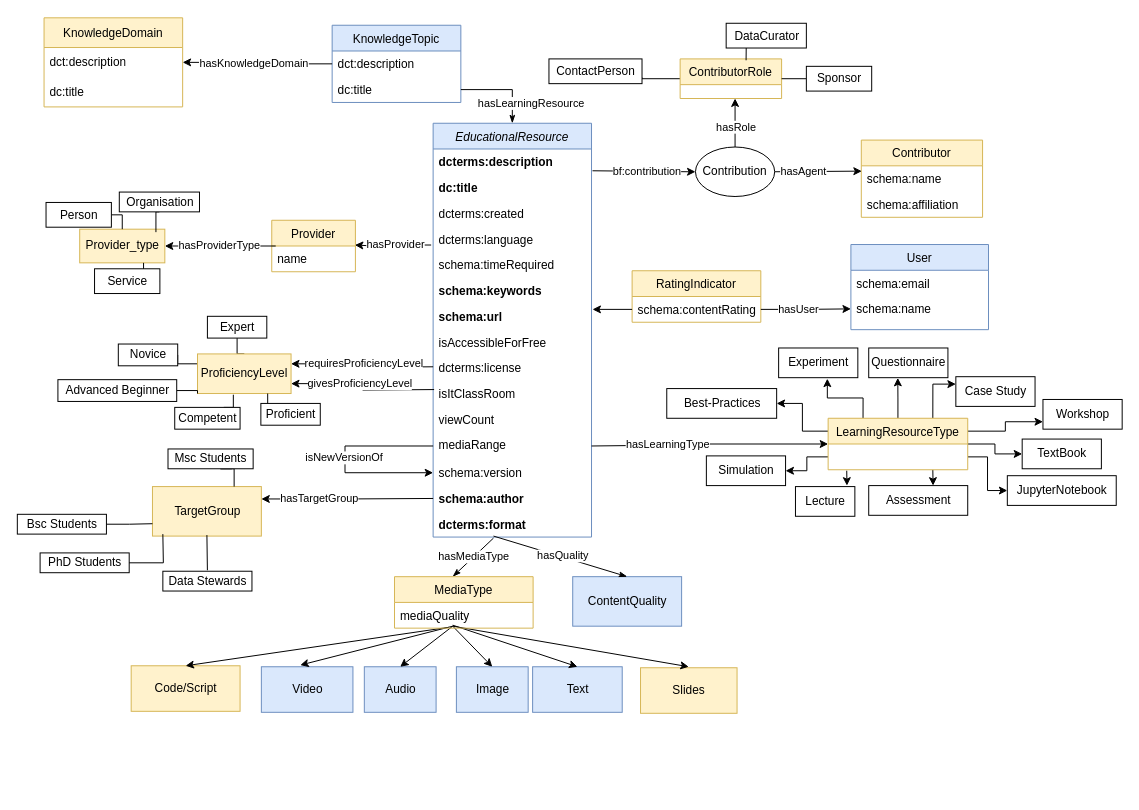
data-literacy-alliance/dalia-ontology keeps this draw.io diagram as visualisations/Educational_Pattern24.drawio. Above is the earlier version. Source tidied: cells renumbered, new cells numbered last; positions are measured from the earlier drawing's top-left corner, leaving out a move shared by most shapes. Both pictures are drawn from the tidied source at 99%, with x=0, y=0 at pixel (17, 17).
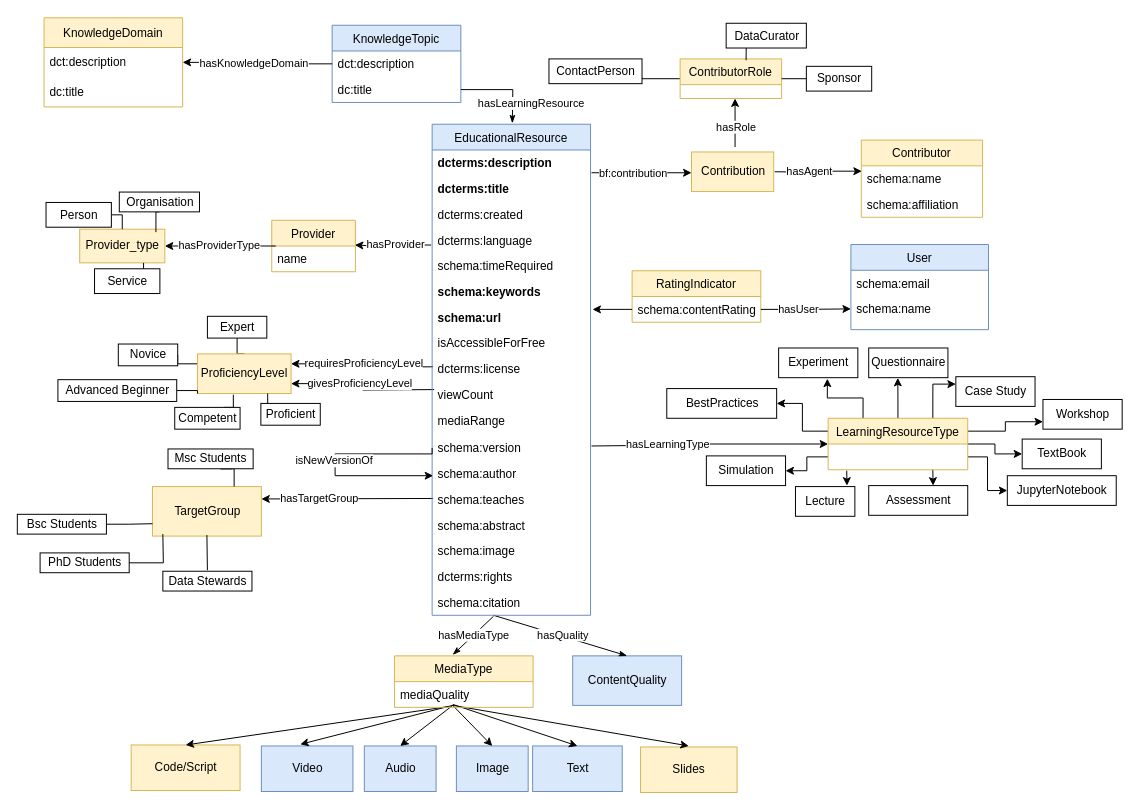
The same diagram, later.

Unchanged cells that the change refers to:
```xml
<mxCell id="26" value="schema:name" style="text;strokeColor=none;fillColor=none;align=left;verticalAlign=top;spacingLeft=4;spacingRight=4;overflow=hidden;points=[[0,0.5],[1,0.5]];portConstraint=eastwest;" parent="25" vertex="1">
  <mxGeometry y="26" width="122.5" height="26" as="geometry" />
</mxCell>
<mxCell id="39" value="dc:title" style="text;strokeColor=none;fillColor=none;align=left;verticalAlign=top;spacingLeft=4;spacingRight=4;overflow=hidden;points=[[0,0.5],[1,0.5]];portConstraint=eastwest;" parent="37" vertex="1">
  <mxGeometry y="52" width="130" height="26" as="geometry" />
</mxCell>
<mxCell id="95" value="TargetGroup" style="html=1;fillColor=#fff2cc;strokeColor=#d6b656;" parent="1" vertex="1">
  <mxGeometry x="136.5" y="474" width="110" height="50" as="geometry" />
</mxCell>
<mxCell id="113" value="LearningResourceType" style="swimlane;fontStyle=0;horizontal=1;startSize=26;fillColor=#fff2cc;strokeColor=#d6b656;swimlaneFillColor=default;" parent="1" vertex="1">
  <mxGeometry x="819" y="405" width="141" height="52" as="geometry" />
</mxCell>
```

Change to the diagram source:
```diff
@@
-    <mxCell id="5" value="EducationalResource" style="swimlane;fontStyle=2;align=center;verticalAlign=top;horizontal=1;startSize=26;rounded=0;shadow=0;strokeWidth=1;fillColor=#dae8fc;strokeColor=#6c8ebf;" parent="1" vertex="1">
-      <mxGeometry x="420" y="107" width="160" height="418" as="geometry" />
-    </mxCell>
-    <mxCell id="6" value="dcterms:description" style="text;align=left;verticalAlign=top;spacingLeft=4;spacingRight=4;overflow=hidden;rounded=0;shadow=0;html=0;fontStyle=1;" parent="5" vertex="1">
-      <mxGeometry y="26" width="160" height="26" as="geometry" />
-    </mxCell>
-    <mxCell id="7" value="dc:title" style="text;align=left;verticalAlign=top;spacingLeft=4;spacingRight=4;overflow=hidden;rounded=0;shadow=0;html=0;fontStyle=1;" parent="5" vertex="1">
-      <mxGeometry y="52" width="160" height="26" as="geometry" />
-    </mxCell>
-    <mxCell id="8" value="dcterms:created" style="text;align=left;verticalAlign=top;spacingLeft=4;spacingRight=4;overflow=hidden;rounded=0;shadow=0;html=0;" parent="5" vertex="1">
-      <mxGeometry y="78" width="160" height="26" as="geometry" />
-    </mxCell>
-    <mxCell id="9" value="dcterms:language" style="text;align=left;verticalAlign=top;spacingLeft=4;spacingRight=4;overflow=hidden;rounded=0;shadow=0;html=0;" parent="5" vertex="1">
-      <mxGeometry y="104" width="160" height="26" as="geometry" />
-    </mxCell>
-    <mxCell id="10" value="schema:timeRequired" style="text;align=left;verticalAlign=top;spacingLeft=4;spacingRight=4;overflow=hidden;rounded=0;shadow=0;html=0;" parent="5" vertex="1">
-      <mxGeometry y="130" width="160" height="26" as="geometry" />
-    </mxCell>
-    <mxCell id="11" value="schema:keywords" style="text;align=left;verticalAlign=top;spacingLeft=4;spacingRight=4;overflow=hidden;rounded=0;shadow=0;html=0;fontStyle=1;" parent="5" vertex="1">
-      <mxGeometry y="156" width="160" height="26" as="geometry" />
-    </mxCell>
-    <mxCell id="12" value="schema:url" style="text;align=left;verticalAlign=top;spacingLeft=4;spacingRight=4;overflow=hidden;rounded=0;shadow=0;html=0;fontStyle=1;" parent="5" vertex="1">
-      <mxGeometry y="182" width="160" height="26" as="geometry" />
-    </mxCell>
-    <mxCell id="13" value="isAccessibleForFree" style="text;align=left;verticalAlign=top;spacingLeft=4;spacingRight=4;overflow=hidden;rounded=0;shadow=0;html=0;" parent="5" vertex="1">
-      <mxGeometry y="208" width="160" height="26" as="geometry" />
-    </mxCell>
-    <mxCell id="14" value="dcterms:license" style="text;align=left;verticalAlign=top;spacingLeft=4;spacingRight=4;overflow=hidden;rounded=0;shadow=0;html=0;" parent="5" vertex="1">
-      <mxGeometry y="234" width="160" height="26" as="geometry" />
-    </mxCell>
-    <mxCell id="15" value="isItClassRoom" style="text;align=left;verticalAlign=top;spacingLeft=4;spacingRight=4;overflow=hidden;rounded=0;shadow=0;html=0;" parent="5" vertex="1">
-      <mxGeometry y="260" width="160" height="26" as="geometry" />
-    </mxCell>
-    <mxCell id="16" value="viewCount" style="text;align=left;verticalAlign=top;spacingLeft=4;spacingRight=4;overflow=hidden;rounded=0;shadow=0;html=0;" parent="5" vertex="1">
-      <mxGeometry y="286" width="160" height="26" as="geometry" />
-    </mxCell>
-    <mxCell id="17" value="mediaRange" style="text;align=left;verticalAlign=top;spacingLeft=4;spacingRight=4;overflow=hidden;points=[[0,0.5],[1,0.5]];portConstraint=eastwest;rounded=0;shadow=0;html=0;" parent="5" vertex="1">
-      <mxGeometry y="312" width="160" height="28" as="geometry" />
-    </mxCell>
-    <mxCell id="18" style="edgeStyle=orthogonalEdgeStyle;rounded=0;jettySize=auto;html=1;exitX=0;exitY=0.5;exitDx=0;exitDy=0;entryX=0;entryY=0.5;entryDx=0;entryDy=0;" parent="5" edge="1" source="17" target="20">
-      <mxGeometry relative="1" as="geometry">
-        <Array as="points">
-          <mxPoint x="-89" y="326" />
-          <mxPoint x="-89" y="353" />
-        </Array>
-      </mxGeometry>
-    </mxCell>
-    <mxCell id="19" value="isNewVersionOf" style="edgeLabel;html=1;align=center;verticalAlign=middle;" parent="18" vertex="1">
-      <mxGeometry x="-0.02" y="-2" relative="1" as="geometry" />
-    </mxCell>
-    <mxCell id="20" value="schema:version" style="text;align=left;verticalAlign=top;spacingLeft=4;spacingRight=4;overflow=hidden;points=[[0,0.5],[1,0.5]];portConstraint=eastwest;rounded=0;shadow=0;html=0;" parent="5" vertex="1">
-      <mxGeometry y="340" width="160" height="26" as="geometry" />
-    </mxCell>
-    <mxCell id="21" value="schema:author" style="text;align=left;verticalAlign=top;spacingLeft=4;spacingRight=4;overflow=hidden;points=[[0,0.5],[1,0.5]];portConstraint=eastwest;rounded=0;shadow=0;html=0;fontStyle=1;" parent="5" vertex="1">
-      <mxGeometry y="366" width="160" height="26" as="geometry" />
-    </mxCell>
-    <mxCell id="22" value="dcterms:format" style="text;align=left;verticalAlign=top;spacingLeft=4;spacingRight=4;overflow=hidden;rounded=0;shadow=0;html=0;fontStyle=1;" parent="5" vertex="1">
-      <mxGeometry y="392" width="160" height="26" as="geometry" />
-    </mxCell>
-    <mxCell id="23" style="edgeStyle=orthogonalEdgeStyle;rounded=0;jettySize=auto;html=1;exitX=0.5;exitY=0;exitDx=0;exitDy=0;" parent="1" edge="1" source="131">
+    <mxCell id="23" style="edgeStyle=orthogonalEdgeStyle;rounded=0;orthogonalLoop=1;jettySize=auto;html=1;exitX=0.5;exitY=0;exitDx=0;exitDy=0;" parent="1" edge="1">
       <mxGeometry relative="1" as="geometry">
+        <mxPoint x="725" y="131" as="sourcePoint" />
         <mxPoint x="725" y="82" as="targetPoint" />
       </mxGeometry>
     </mxCell>
@@
     <mxCell id="28" value="Video" style="html=1;fillColor=#dae8fc;strokeColor=#6c8ebf;" parent="1" vertex="1">
-      <mxGeometry x="246.5" y="656" width="92.5" height="46" as="geometry" />
+      <mxGeometry x="246.5" y="736" width="92.5" height="46" as="geometry" />
     </mxCell>
     <mxCell id="29" value="Audio" style="html=1;fillColor=#dae8fc;strokeColor=#6c8ebf;" parent="1" vertex="1">
-      <mxGeometry x="350.5" y="656" width="72.5" height="46" as="geometry" />
+      <mxGeometry x="350.5" y="736" width="72.5" height="46" as="geometry" />
     </mxCell>
     <mxCell id="30" value="hasMediaType" style="endArrow=classicThin;endSize=6;endFill=1;html=1;rounded=0;entryX=0.5;entryY=0;entryDx=0;entryDy=0;" parent="1" edge="1">
       <mxGeometry relative="1" as="geometry">
-        <mxPoint x="481" y="526" as="sourcePoint" />
-        <mxPoint x="439.8" y="565" as="targetPoint" />
+        <mxPoint x="481" y="605" as="sourcePoint" />
+        <mxPoint x="439.8" y="644" as="targetPoint" />
       </mxGeometry>
     </mxCell>
     <mxCell id="31" style="endArrow=classic;html=1;rounded=0;entryX=0.5;entryY=0;entryDx=0;entryDy=0;exitX=0.5;exitY=1;exitDx=0;exitDy=0;" parent="1" edge="1" target="29">
       <mxGeometry relative="1" as="geometry">
-        <mxPoint x="439.8" y="615" as="sourcePoint" />
+        <mxPoint x="439.8" y="695" as="sourcePoint" />
       </mxGeometry>
     </mxCell>
     <mxCell id="32" value="Image" style="html=1;fillColor=#dae8fc;strokeColor=#6c8ebf;" parent="1" vertex="1">
-      <mxGeometry x="443.5" y="656" width="72.5" height="46" as="geometry" />
+      <mxGeometry x="443.5" y="736" width="72.5" height="46" as="geometry" />
     </mxCell>
     <mxCell id="33" style="endArrow=classic;html=1;rounded=0;entryX=0.5;entryY=0;entryDx=0;entryDy=0;exitX=0.5;exitY=1;exitDx=0;exitDy=0;" parent="1" edge="1" target="32">
       <mxGeometry relative="1" as="geometry">
-        <mxPoint x="439.8" y="615" as="sourcePoint" />
+        <mxPoint x="439.8" y="695" as="sourcePoint" />
       </mxGeometry>
     </mxCell>
     <mxCell id="34" style="endArrow=classic;html=1;rounded=0;entryX=0.425;entryY=-0.036;entryDx=0;entryDy=0;entryPerimeter=0;exitX=0.5;exitY=1;exitDx=0;exitDy=0;" parent="1" edge="1" target="28">
       <mxGeometry relative="1" as="geometry">
-        <mxPoint x="439.8" y="615" as="sourcePoint" />
+        <mxPoint x="439.8" y="695" as="sourcePoint" />
       </mxGeometry>
     </mxCell>
     <mxCell id="35" value="Slides" style="html=1;fillColor=#fff2cc;strokeColor=#d6b656;" parent="1" vertex="1">
-      <mxGeometry x="629.5" y="657" width="97.5" height="46" as="geometry" />
+      <mxGeometry x="629.5" y="737" width="97.5" height="46" as="geometry" />
     </mxCell>
     <mxCell id="36" style="endArrow=classic;html=1;rounded=0;entryX=0.5;entryY=0;entryDx=0;entryDy=0;exitX=0.5;exitY=1;exitDx=0;exitDy=0;" parent="1" edge="1">
       <mxGeometry relative="1" as="geometry">
-        <mxPoint x="439.8" y="615" as="sourcePoint" />
-        <mxPoint x="678.2" y="656" as="targetPoint" />
+        <mxPoint x="439.8" y="695" as="sourcePoint" />
+        <mxPoint x="678.2" y="736" as="targetPoint" />
       </mxGeometry>
     </mxCell>
@@
     <mxCell id="40" value="ContentQuality" style="html=1;fillColor=#dae8fc;strokeColor=#6c8ebf;" parent="1" vertex="1">
-      <mxGeometry x="561" y="565" width="110" height="50" as="geometry" />
+      <mxGeometry x="561" y="645" width="110" height="50" as="geometry" />
     </mxCell>
     <mxCell id="41" value="hasQuality" style="endArrow=classicThin;endSize=6;endFill=1;html=1;rounded=0;entryX=0.5;entryY=0;entryDx=0;entryDy=0;" parent="1" edge="1" target="40">
       <mxGeometry x="0.03" y="1" relative="1" as="geometry">
-        <mxPoint x="481" y="524" as="sourcePoint" />
+        <mxPoint x="481" y="604" as="sourcePoint" />
       </mxGeometry>
     </mxCell>
-    <mxCell id="42" style="edgeStyle=orthogonalEdgeStyle;rounded=0;jettySize=auto;html=1;exitX=1;exitY=0.5;exitDx=0;exitDy=0;endArrow=classicThin;endFill=1;endSize=6;entryX=0.5;entryY=0;entryDx=0;entryDy=0;" parent="1" edge="1" source="39" target="5">
-      <mxGeometry relative="1" as="geometry" />
+    <mxCell id="42" style="edgeStyle=orthogonalEdgeStyle;rounded=0;jettySize=auto;html=1;exitX=1;exitY=0.5;exitDx=0;exitDy=0;endArrow=classicThin;endFill=1;endSize=6;entryX=0.5;entryY=0;entryDx=0;entryDy=0;" parent="1" edge="1" source="39">
+      <mxGeometry relative="1" as="geometry">
+        <mxPoint x="500" y="107" as="targetPoint" />
+      </mxGeometry>
     </mxCell>
@@
     <mxCell id="46" value="Code/Script" style="html=1;fillColor=#fff2cc;strokeColor=#d6b656;" parent="1" vertex="1">
-      <mxGeometry x="115" y="655" width="110" height="46" as="geometry" />
+      <mxGeometry x="115" y="735" width="110" height="46" as="geometry" />
     </mxCell>
@@
     <mxCell id="50" value="Text" style="html=1;fillColor=#dae8fc;strokeColor=#6c8ebf;" parent="1" vertex="1">
-      <mxGeometry x="520.5" y="656" width="90.5" height="46" as="geometry" />
+      <mxGeometry x="520.5" y="736" width="90.5" height="46" as="geometry" />
     </mxCell>
     <mxCell id="51" style="endArrow=classic;html=1;rounded=0;entryX=0.5;entryY=0;entryDx=0;entryDy=0;exitX=0.5;exitY=1;exitDx=0;exitDy=0;" parent="1" edge="1" target="50">
       <mxGeometry relative="1" as="geometry">
-        <mxPoint x="439.8" y="614" as="sourcePoint" />
+        <mxPoint x="439.8" y="694" as="sourcePoint" />
       </mxGeometry>
     </mxCell>
@@
-    <mxCell id="54" style="edgeStyle=orthogonalEdgeStyle;rounded=0;jumpStyle=arc;jettySize=auto;html=1;exitX=0;exitY=0.5;exitDx=0;exitDy=0;endArrow=none;endFill=0;startArrow=classic;startFill=1;" parent="1" edge="1" source="131">
-      <mxGeometry relative="1" as="geometry">
-        <mxPoint x="581" y="155" as="targetPoint" />
-        <Array as="points">
-          <mxPoint x="670" y="156" />
-          <mxPoint x="670" y="155" />
-        </Array>
-      </mxGeometry>
-    </mxCell>
-    <mxCell id="55" value="bf:contribution" style="edgeLabel;html=1;align=center;verticalAlign=middle;" parent="54" vertex="1">
-      <mxGeometry x="0.14" y="1" relative="1" as="geometry">
-        <mxPoint x="9" y="-1" as="offset" />
-      </mxGeometry>
-    </mxCell>
@@
     <mxCell id="70" value="MediaType" style="swimlane;fontStyle=0;horizontal=1;startSize=26;fillColor=#fff2cc;strokeColor=#d6b656;" parent="1" vertex="1">
-      <mxGeometry x="381" y="565" width="140" height="52" as="geometry" />
+      <mxGeometry x="381" y="645" width="140" height="52" as="geometry" />
     </mxCell>
@@
-    <mxCell id="93" style="edgeStyle=orthogonalEdgeStyle;rounded=0;jettySize=auto;html=1;exitX=1;exitY=0.25;exitDx=0;exitDy=0;endArrow=none;endFill=0;startArrow=classic;startFill=1;" parent="1" edge="1" source="95" target="21">
-      <mxGeometry relative="1" as="geometry" />
+    <mxCell id="93" style="edgeStyle=orthogonalEdgeStyle;rounded=0;jettySize=auto;html=1;exitX=1;exitY=0.25;exitDx=0;exitDy=0;endArrow=none;endFill=0;startArrow=classic;startFill=1;" parent="1" edge="1" source="95">
+      <mxGeometry relative="1" as="geometry">
+        <mxPoint x="420" y="486" as="targetPoint" />
+      </mxGeometry>
     </mxCell>
@@
-    <mxCell id="121" value="Best-Practices" style="html=1;" parent="1" vertex="1">
+    <mxCell id="121" value="BestPractices" style="html=1;" parent="1" vertex="1">
       <mxGeometry x="656" y="375" width="111" height="30" as="geometry" />
     </mxCell>
@@
-    <mxCell id="124" style="edgeStyle=orthogonalEdgeStyle;rounded=0;jettySize=auto;html=1;exitX=0;exitY=0.5;exitDx=0;exitDy=0;endArrow=none;endFill=0;startArrow=classic;startFill=1;entryX=1;entryY=0.5;entryDx=0;entryDy=0;" parent="1" edge="1" source="113" target="17">
+    <mxCell id="124" style="edgeStyle=orthogonalEdgeStyle;rounded=0;jettySize=auto;html=1;exitX=0;exitY=0.5;exitDx=0;exitDy=0;endArrow=none;endFill=0;startArrow=classic;startFill=1;entryX=1;entryY=0.5;entryDx=0;entryDy=0;" parent="1" edge="1" source="113">
       <mxGeometry relative="1" as="geometry">
+        <mxPoint x="580" y="433" as="targetPoint" />
         <Array as="points">
           <mxPoint x="671" y="431" />
           <mxPoint x="671" y="432" />
         </Array>
       </mxGeometry>
     </mxCell>
@@
-    <mxCell id="129" style="edgeStyle=orthogonalEdgeStyle;rounded=0;jumpStyle=arc;jettySize=auto;html=1;entryX=1;entryY=0.5;entryDx=0;entryDy=0;exitX=0.004;exitY=0.208;exitDx=0;exitDy=0;exitPerimeter=0;endArrow=none;endFill=0;startArrow=classic;startFill=1;" parent="1" edge="1" source="26" target="131">
-      <mxGeometry relative="1" as="geometry" />
+    <mxCell id="129" style="edgeStyle=orthogonalEdgeStyle;rounded=0;jumpStyle=arc;jettySize=auto;html=1;entryX=1;entryY=0.5;entryDx=0;entryDy=0;exitX=0.004;exitY=0.208;exitDx=0;exitDy=0;exitPerimeter=0;endArrow=none;endFill=0;startArrow=classic;startFill=1;" parent="1" edge="1" source="26">
+      <mxGeometry relative="1" as="geometry">
+        <mxPoint x="765" y="156" as="targetPoint" />
+      </mxGeometry>
     </mxCell>
     <mxCell id="130" value="hasAgent" style="edgeLabel;html=1;align=center;verticalAlign=middle;" parent="129" vertex="1">
-      <mxGeometry x="0.36" y="-1" relative="1" as="geometry" />
+      <mxGeometry x="0.36" y="-1" relative="1" as="geometry">
+        <mxPoint x="6" as="offset" />
+      </mxGeometry>
     </mxCell>
-    <mxCell id="131" value="Contribution" style="ellipse;whiteSpace=wrap;html=1;" parent="1" vertex="1">
-      <mxGeometry x="685" y="131" width="80" height="50" as="geometry" />
-    </mxCell>
@@
+    <mxCell id="131" value="&lt;span style=&quot;text-align: left;&quot;&gt;Contribution&lt;/span&gt;" style="html=1;fillColor=#fff2cc;strokeColor=#d6b656;" parent="1" vertex="1">
+      <mxGeometry x="681" y="136" width="83" height="40" as="geometry" />
+    </mxCell>
+    <mxCell id="134" style="edgeStyle=orthogonalEdgeStyle;rounded=0;orthogonalLoop=1;jettySize=auto;html=1;exitX=1;exitY=0.5;exitDx=0;exitDy=0;entryX=0;entryY=0.25;entryDx=0;entryDy=0;" parent="1" edge="1">
+      <mxGeometry relative="1" as="geometry">
+        <mxPoint x="580" y="157" as="sourcePoint" />
+        <mxPoint x="681" y="157" as="targetPoint" />
+      </mxGeometry>
+    </mxCell>
+    <mxCell id="55" value="bf:contribution" style="edgeLabel;html=1;align=center;verticalAlign=middle;" parent="134" vertex="1">
+      <mxGeometry x="-0.29" y="-2" relative="1" as="geometry">
+        <mxPoint x="5" y="-2" as="offset" />
+      </mxGeometry>
+    </mxCell>
+    <mxCell id="5" value="EducationalResource" style="swimlane;fontStyle=0;align=center;verticalAlign=top;horizontal=1;startSize=26;rounded=0;shadow=0;strokeWidth=1;fillColor=#dae8fc;strokeColor=#6c8ebf;" parent="1" vertex="1">
+      <mxGeometry x="419" y="108" width="160" height="496" as="geometry" />
+    </mxCell>
+    <mxCell id="6" value="dcterms:description" style="text;align=left;verticalAlign=top;spacingLeft=4;spacingRight=4;overflow=hidden;rounded=0;shadow=0;html=0;fontStyle=1;" parent="5" vertex="1">
+      <mxGeometry y="26" width="160" height="26" as="geometry" />
+    </mxCell>
+    <mxCell id="135" value="dcterms:title" style="text;align=left;verticalAlign=top;spacingLeft=4;spacingRight=4;overflow=hidden;rounded=0;shadow=0;html=0;fontStyle=1;" parent="5" vertex="1">
+      <mxGeometry y="52" width="160" height="26" as="geometry" />
+    </mxCell>
+    <mxCell id="8" value="dcterms:created" style="text;align=left;verticalAlign=top;spacingLeft=4;spacingRight=4;overflow=hidden;rounded=0;shadow=0;html=0;" parent="5" vertex="1">
+      <mxGeometry y="78" width="160" height="26" as="geometry" />
+    </mxCell>
+    <mxCell id="9" value="dcterms:language" style="text;align=left;verticalAlign=top;spacingLeft=4;spacingRight=4;overflow=hidden;rounded=0;shadow=0;html=0;" parent="5" vertex="1">
+      <mxGeometry y="104" width="160" height="26" as="geometry" />
+    </mxCell>
+    <mxCell id="10" value="schema:timeRequired" style="text;align=left;verticalAlign=top;spacingLeft=4;spacingRight=4;overflow=hidden;rounded=0;shadow=0;html=0;" parent="5" vertex="1">
+      <mxGeometry y="130" width="160" height="26" as="geometry" />
+    </mxCell>
+    <mxCell id="11" value="schema:keywords" style="text;align=left;verticalAlign=top;spacingLeft=4;spacingRight=4;overflow=hidden;rounded=0;shadow=0;html=0;fontStyle=1;" parent="5" vertex="1">
+      <mxGeometry y="156" width="160" height="26" as="geometry" />
+    </mxCell>
+    <mxCell id="12" value="schema:url" style="text;align=left;verticalAlign=top;spacingLeft=4;spacingRight=4;overflow=hidden;rounded=0;shadow=0;html=0;fontStyle=1;" parent="5" vertex="1">
+      <mxGeometry y="182" width="160" height="26" as="geometry" />
+    </mxCell>
+    <mxCell id="13" value="isAccessibleForFree" style="text;align=left;verticalAlign=top;spacingLeft=4;spacingRight=4;overflow=hidden;rounded=0;shadow=0;html=0;" parent="5" vertex="1">
+      <mxGeometry y="208" width="160" height="26" as="geometry" />
+    </mxCell>
+    <mxCell id="14" value="dcterms:license" style="text;align=left;verticalAlign=top;spacingLeft=4;spacingRight=4;overflow=hidden;rounded=0;shadow=0;html=0;" parent="5" vertex="1">
+      <mxGeometry y="234" width="160" height="26" as="geometry" />
+    </mxCell>
+    <mxCell id="16" value="viewCount" style="text;align=left;verticalAlign=top;spacingLeft=4;spacingRight=4;overflow=hidden;rounded=0;shadow=0;html=0;" parent="5" vertex="1">
+      <mxGeometry y="260" width="160" height="26" as="geometry" />
+    </mxCell>
+    <mxCell id="17" value="mediaRange" style="text;align=left;verticalAlign=top;spacingLeft=4;spacingRight=4;overflow=hidden;points=[[0,0.5],[1,0.5]];portConstraint=eastwest;rounded=0;shadow=0;html=0;" parent="5" vertex="1">
+      <mxGeometry y="286" width="160" height="28" as="geometry" />
+    </mxCell>
+    <mxCell id="136" style="edgeStyle=orthogonalEdgeStyle;rounded=0;jettySize=auto;html=1;exitX=0;exitY=0.5;exitDx=0;exitDy=0;" parent="5" edge="1" source="20">
+      <mxGeometry relative="1" as="geometry">
+        <mxPoint x="1" y="355" as="targetPoint" />
+        <Array as="points">
+          <mxPoint y="333" />
+          <mxPoint x="-98" y="333" />
+          <mxPoint x="-98" y="355" />
+        </Array>
+      </mxGeometry>
+    </mxCell>
+    <mxCell id="19" value="isNewVersionOf" style="edgeLabel;html=1;align=center;verticalAlign=middle;" parent="136" vertex="1">
+      <mxGeometry x="-0.02" y="-2" relative="1" as="geometry" />
+    </mxCell>
+    <mxCell id="20" value="schema:version" style="text;align=left;verticalAlign=top;spacingLeft=4;spacingRight=4;overflow=hidden;points=[[0,0.5],[1,0.5]];portConstraint=eastwest;rounded=0;shadow=0;html=0;" parent="5" vertex="1">
+      <mxGeometry y="314" width="160" height="26" as="geometry" />
+    </mxCell>
+    <mxCell id="21" value="schema:author" style="text;align=left;verticalAlign=top;spacingLeft=4;spacingRight=4;overflow=hidden;points=[[0,0.5],[1,0.5]];portConstraint=eastwest;rounded=0;shadow=0;html=0;" parent="5" vertex="1">
+      <mxGeometry y="340" width="160" height="26" as="geometry" />
+    </mxCell>
+    <mxCell id="137" value="schema:teaches" style="text;align=left;verticalAlign=top;spacingLeft=4;spacingRight=4;overflow=hidden;rounded=0;shadow=0;html=0;" parent="5" vertex="1">
+      <mxGeometry y="366" width="160" height="26" as="geometry" />
+    </mxCell>
+    <mxCell id="138" value="schema:abstract" style="text;align=left;verticalAlign=top;spacingLeft=4;spacingRight=4;overflow=hidden;rounded=0;shadow=0;html=0;" parent="5" vertex="1">
+      <mxGeometry y="392" width="160" height="26" as="geometry" />
+    </mxCell>
+    <mxCell id="139" value="schema:image" style="text;align=left;verticalAlign=top;spacingLeft=4;spacingRight=4;overflow=hidden;rounded=0;shadow=0;html=0;" parent="5" vertex="1">
+      <mxGeometry y="418" width="160" height="26" as="geometry" />
+    </mxCell>
+    <mxCell id="140" value="dcterms:rights" style="text;align=left;verticalAlign=top;spacingLeft=4;spacingRight=4;overflow=hidden;rounded=0;shadow=0;html=0;" parent="5" vertex="1">
+      <mxGeometry y="444" width="160" height="26" as="geometry" />
+    </mxCell>
+    <mxCell id="141" value="schema:citation" style="text;align=left;verticalAlign=top;spacingLeft=4;spacingRight=4;overflow=hidden;rounded=0;shadow=0;html=0;" parent="5" vertex="1">
+      <mxGeometry y="470" width="160" height="26" as="geometry" />
+    </mxCell>
```
